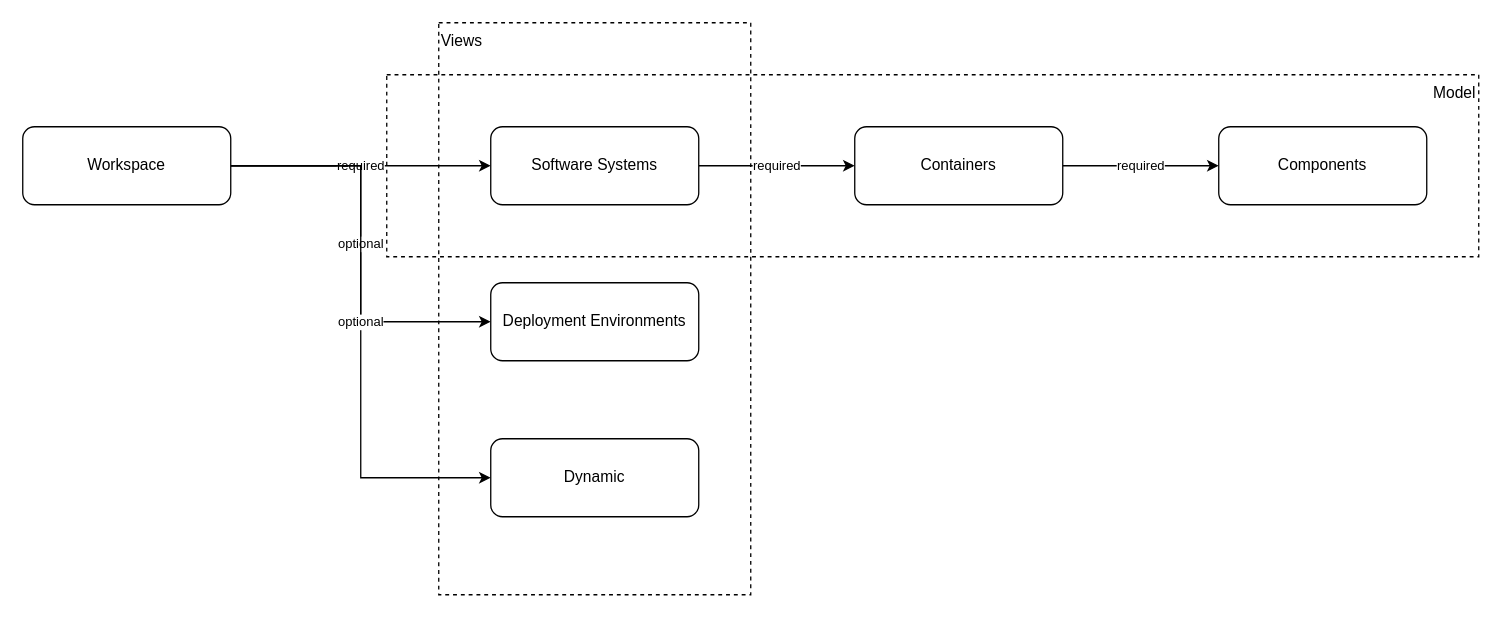
Above: page "elements hierarchy" (2 of 4) of docs/architecture.drawio in JustMeGaaRa/reverse-architecture-web (draw.io), before the change. Source tidied: cells renumbered, new cells numbered last; positions are measured from the earlier drawing's top-left corner, leaving out a move shared by most shapes. Both pictures are drawn from the tidied source at 130%, with x=0, y=0 at pixel (22, 22).
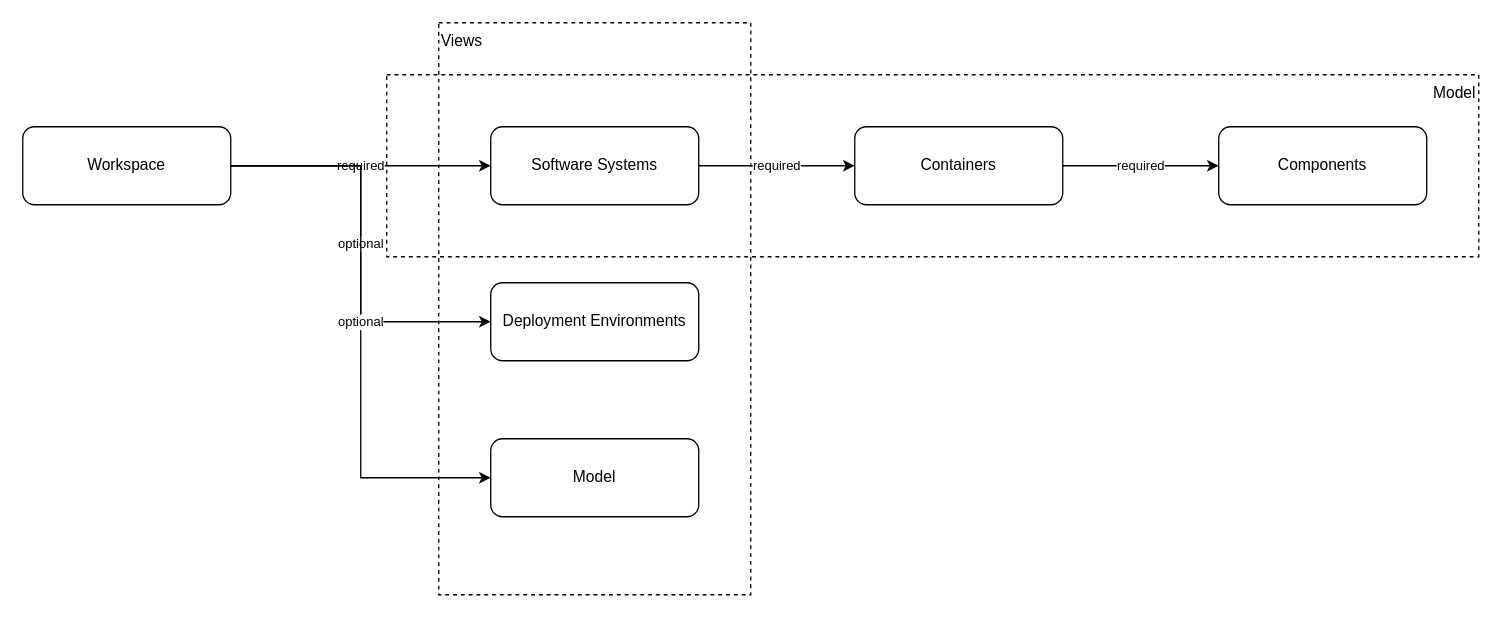
The same page after the edit.

The edit, as a diff of the source:
```diff
@@
 <mxGraphModel>
   <root>
     <mxCell id="0" />
     <mxCell id="1" parent="0" />
     <mxCell id="2" value="Model" style="rounded=0;whiteSpace=wrap;html=1;dashed=1;fillColor=none;verticalAlign=top;align=right;" parent="1" vertex="1">
       <mxGeometry x="280" y="40" width="840" height="140" as="geometry" />
     </mxCell>
     <mxCell id="3" value="Views" style="rounded=0;whiteSpace=wrap;html=1;dashed=1;fillColor=none;verticalAlign=top;align=left;" parent="1" vertex="1">
       <mxGeometry x="320" width="240" height="440" as="geometry" />
     </mxCell>
     <mxCell id="4" value="required" style="edgeStyle=orthogonalEdgeStyle;rounded=0;jettySize=auto;html=1;fontSize=10;entryX=0;entryY=0.5;entryDx=0;entryDy=0;" parent="1" edge="1" source="7" target="9">
       <mxGeometry relative="1" as="geometry" />
     </mxCell>
     <mxCell id="5" value="optional" style="edgeStyle=orthogonalEdgeStyle;rounded=0;jettySize=auto;html=1;fontSize=10;entryX=0;entryY=0.5;entryDx=0;entryDy=0;" parent="1" edge="1" source="7" target="13">
       <mxGeometry relative="1" as="geometry" />
     </mxCell>
     <mxCell id="6" value="optional" style="edgeStyle=orthogonalEdgeStyle;rounded=0;jettySize=auto;html=1;fontSize=10;entryX=0;entryY=0.5;entryDx=0;entryDy=0;" parent="1" edge="1" source="7" target="14">
       <mxGeometry relative="1" as="geometry" />
     </mxCell>
     <mxCell id="7" value="Workspace" style="rounded=1;whiteSpace=wrap;html=1;" parent="1" vertex="1">
       <mxGeometry y="80" width="160" height="60" as="geometry" />
     </mxCell>
     <mxCell id="8" value="required" style="edgeStyle=orthogonalEdgeStyle;rounded=0;jettySize=auto;html=1;fontSize=10;" parent="1" edge="1" source="9" target="11">
       <mxGeometry relative="1" as="geometry" />
     </mxCell>
     <mxCell id="9" value="Software Systems" style="rounded=1;whiteSpace=wrap;html=1;" parent="1" vertex="1">
       <mxGeometry x="360" y="80" width="160" height="60" as="geometry" />
     </mxCell>
     <mxCell id="10" value="required" style="edgeStyle=orthogonalEdgeStyle;rounded=0;jettySize=auto;html=1;fontSize=10;" parent="1" edge="1" source="11" target="12">
       <mxGeometry relative="1" as="geometry" />
     </mxCell>
     <mxCell id="11" value="Containers" style="rounded=1;whiteSpace=wrap;html=1;" parent="1" vertex="1">
       <mxGeometry x="640" y="80" width="160" height="60" as="geometry" />
     </mxCell>
     <mxCell id="12" value="Components" style="rounded=1;whiteSpace=wrap;html=1;" parent="1" vertex="1">
       <mxGeometry x="920" y="80" width="160" height="60" as="geometry" />
     </mxCell>
     <mxCell id="13" value="Deployment Environments" style="rounded=1;whiteSpace=wrap;html=1;" parent="1" vertex="1">
       <mxGeometry x="360" y="200" width="160" height="60" as="geometry" />
     </mxCell>
-    <mxCell id="14" value="Dynamic" style="rounded=1;whiteSpace=wrap;html=1;" parent="1" vertex="1">
+    <mxCell id="14" value="Model" style="rounded=1;whiteSpace=wrap;html=1;" parent="1" vertex="1">
       <mxGeometry x="360" y="320" width="160" height="60" as="geometry" />
     </mxCell>
   </root>
 </mxGraphModel>
```
